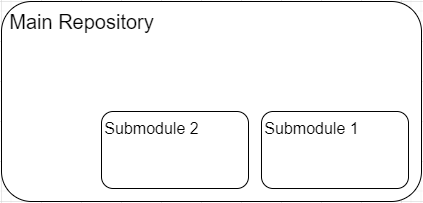
Before: Assets/images/submodules.png, a diagram exported from draw.io (braboj/tutorial-git). Source tidied: cells renumbered, new cells last; positions are measured from the earlier drawing's top-left corner, leaving out a move shared by most shapes.
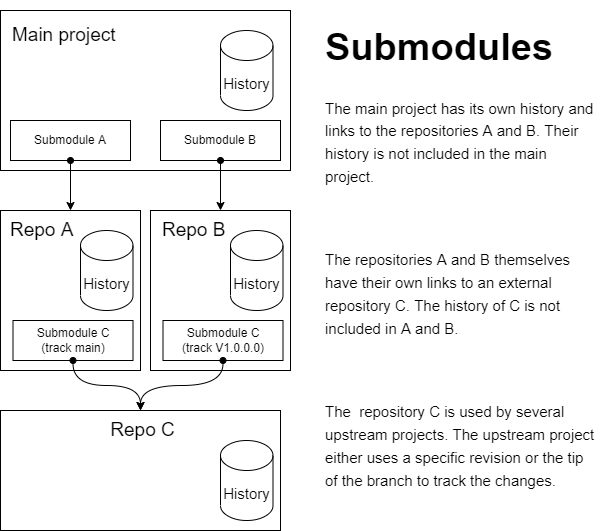
Later version of the same file.

Change to the diagram source:
```diff
@@ -2,23 +2,68 @@
   <root>
     <mxCell id="0" />
     <mxCell id="1" parent="0" />
-    <mxCell id="2" style="rounded=1;whiteSpace=wrap;html=1;" parent="1" vertex="1">
-      <mxGeometry width="420" height="200" as="geometry" />
+    <mxCell id="2" style="rounded=0;whiteSpace=wrap;html=1;" parent="1" vertex="1">
+      <mxGeometry x="-160" y="-40" width="290" height="160" as="geometry" />
     </mxCell>
-    <mxCell id="3" value="&lt;font style=&quot;font-size: 20px&quot;&gt;Main Repository&lt;/font&gt;" style="text;html=1;align=center;verticalAlign=middle;fillColor=none;strokeColor=none;rounded=0;" parent="1" vertex="1">
-      <mxGeometry y="10" width="160" height="20" as="geometry" />
-    </mxCell>
-    <mxCell id="4" style="rounded=1;whiteSpace=wrap;html=1;fontSize=20;" parent="1" vertex="1">
-      <mxGeometry x="260" y="110" width="147" height="77" as="geometry" />
-    </mxCell>
-    <mxCell id="5" value="&lt;font style=&quot;font-size: 16px&quot;&gt;Submodule 1&lt;/font&gt;" style="text;html=1;align=center;verticalAlign=middle;fillColor=none;strokeColor=none;rounded=0;fontSize=20;" parent="1" vertex="1">
-      <mxGeometry x="255" y="110" width="110" height="30" as="geometry" />
-    </mxCell>
+    <mxCell id="8" value="Submodule A" style="rounded=0;whiteSpace=wrap;html=1;" parent="1" vertex="1">
+      <mxGeometry x="-150" y="70" width="120" height="40" as="geometry" />
+    </mxCell>
-    <mxCell id="6" style="rounded=1;whiteSpace=wrap;html=1;fontSize=20;" parent="1" vertex="1">
-      <mxGeometry x="100" y="110" width="147" height="77" as="geometry" />
+    <mxCell id="6" style="rounded=0;whiteSpace=wrap;html=1;fontSize=20;" parent="1" vertex="1">
+      <mxGeometry x="-160" y="160" width="140" height="160" as="geometry" />
     </mxCell>
-    <mxCell id="7" value="&lt;font style=&quot;font-size: 16px&quot;&gt;Submodule 2&lt;/font&gt;" style="text;html=1;align=center;verticalAlign=middle;fillColor=none;strokeColor=none;rounded=0;fontSize=20;" parent="1" vertex="1">
-      <mxGeometry x="95" y="110" width="110" height="30" as="geometry" />
-    </mxCell>
+    <mxCell id="9" style="rounded=0;whiteSpace=wrap;html=1;fontSize=20;" parent="1" vertex="1">
+      <mxGeometry x="-10" y="160" width="140" height="160" as="geometry" />
+    </mxCell>
+    <mxCell id="10" style="rounded=0;whiteSpace=wrap;html=1;fontSize=20;" parent="1" vertex="1">
+      <mxGeometry x="-160" y="360" width="280" height="120" as="geometry" />
+    </mxCell>
+    <mxCell id="11" style="edgeStyle=orthogonalEdgeStyle;rounded=0;jettySize=auto;html=1;entryX=0.5;entryY=0;entryDx=0;entryDy=0;startArrow=oval;startFill=1;" parent="1" edge="1" source="8" target="6">
+      <mxGeometry relative="1" as="geometry" />
+    </mxCell>
+    <mxCell id="12" value="Submodule B" style="rounded=0;whiteSpace=wrap;html=1;" parent="1" vertex="1">
+      <mxGeometry y="70" width="120" height="40" as="geometry" />
+    </mxCell>
+    <mxCell id="13" value="Main project" style="text;html=1;strokeColor=none;fillColor=none;align=left;verticalAlign=middle;whiteSpace=wrap;rounded=0;fontSize=19;" parent="1" vertex="1">
+      <mxGeometry x="-150" y="-30" width="125" height="30" as="geometry" />
+    </mxCell>
+    <mxCell id="14" value="Repo A" style="text;html=1;strokeColor=none;fillColor=none;align=left;verticalAlign=middle;whiteSpace=wrap;rounded=0;fontSize=19;" parent="1" vertex="1">
+      <mxGeometry x="-152.5" y="165" width="72.5" height="30" as="geometry" />
+    </mxCell>
+    <mxCell id="15" value="Repo B" style="text;html=1;strokeColor=none;fillColor=none;align=left;verticalAlign=middle;whiteSpace=wrap;rounded=0;fontSize=19;" parent="1" vertex="1">
+      <mxGeometry y="165" width="70" height="30" as="geometry" />
+    </mxCell>
+    <mxCell id="16" value="Submodule C&lt;br&gt;(track main)" style="rounded=0;whiteSpace=wrap;html=1;" parent="1" vertex="1">
+      <mxGeometry x="-147.5" y="270" width="120" height="40" as="geometry" />
+    </mxCell>
+    <mxCell id="17" value="Submodule C&lt;br&gt;(track V1.0.0.0)" style="rounded=0;whiteSpace=wrap;html=1;" parent="1" vertex="1">
+      <mxGeometry x="2.5" y="270" width="120" height="40" as="geometry" />
+    </mxCell>
+    <mxCell id="18" style="edgeStyle=orthogonalEdgeStyle;rounded=0;jettySize=auto;html=1;entryX=0.5;entryY=0;entryDx=0;entryDy=0;startArrow=oval;startFill=1;" parent="1" edge="1" source="12" target="9">
+      <mxGeometry relative="1" as="geometry" />
+    </mxCell>
+    <mxCell id="19" value="Repo C" style="text;html=1;strokeColor=none;fillColor=none;align=center;verticalAlign=middle;whiteSpace=wrap;rounded=0;fontSize=19;" parent="1" vertex="1">
+      <mxGeometry x="-80" y="365" width="125" height="30" as="geometry" />
+    </mxCell>
+    <mxCell id="20" style="edgeStyle=orthogonalEdgeStyle;rounded=0;jettySize=auto;html=1;entryX=0.5;entryY=0;entryDx=0;entryDy=0;fontSize=19;startArrow=oval;startFill=1;curved=1;" parent="1" edge="1" source="17" target="10">
+      <mxGeometry relative="1" as="geometry" />
+    </mxCell>
+    <mxCell id="21" style="edgeStyle=orthogonalEdgeStyle;rounded=0;jettySize=auto;html=1;entryX=0.5;entryY=0;entryDx=0;entryDy=0;fontSize=19;startArrow=oval;startFill=1;curved=1;" parent="1" edge="1" source="16" target="10">
+      <mxGeometry relative="1" as="geometry" />
+    </mxCell>
+    <mxCell id="22" value="&lt;h1&gt;Submodules&lt;/h1&gt;&lt;p&gt;&lt;span style=&quot;font-size: 15px&quot;&gt;The main project has its own history and links to the repositories A and B. Their history is not included in the main project.&lt;/span&gt;&lt;/p&gt;&lt;p&gt;&lt;span style=&quot;font-size: 15px&quot;&gt;&lt;br&gt;&lt;/span&gt;&lt;/p&gt;&lt;p&gt;&lt;span style=&quot;font-size: 15px&quot;&gt;The repositories A and B themselves have their own links to an external repository C. The history of C is not included in A and B.&lt;/span&gt;&lt;/p&gt;&lt;p&gt;&lt;span style=&quot;font-size: 15px&quot;&gt;&lt;br&gt;&lt;/span&gt;&lt;/p&gt;&lt;p&gt;&lt;span style=&quot;font-size: 15px&quot;&gt;The&amp;nbsp; repository C is used by several upstream projects. The upstream project either uses a specific revision or the tip of the branch to track the changes.&lt;/span&gt;&lt;br&gt;&lt;/p&gt;" style="text;html=1;strokeColor=none;fillColor=none;spacing=5;spacingTop=-20;whiteSpace=wrap;overflow=hidden;rounded=0;fontSize=19;" parent="1" vertex="1">
+      <mxGeometry x="160" y="-40" width="280" height="520" as="geometry" />
+    </mxCell>
+    <mxCell id="23" value="History" style="shape=cylinder3;whiteSpace=wrap;html=1;boundedLbl=1;backgroundOutline=1;size=15;rounded=0;fontSize=15;" parent="1" vertex="1">
+      <mxGeometry x="70" y="180" width="52.5" height="80" as="geometry" />
+    </mxCell>
+    <mxCell id="24" value="History" style="shape=cylinder3;whiteSpace=wrap;html=1;boundedLbl=1;backgroundOutline=1;size=15;rounded=0;fontSize=15;" parent="1" vertex="1">
+      <mxGeometry x="-80" y="180" width="52.5" height="80" as="geometry" />
+    </mxCell>
+    <mxCell id="25" value="History" style="shape=cylinder3;whiteSpace=wrap;html=1;boundedLbl=1;backgroundOutline=1;size=15;rounded=0;fontSize=15;" parent="1" vertex="1">
+      <mxGeometry x="60" y="390" width="52.5" height="80" as="geometry" />
+    </mxCell>
+    <mxCell id="26" value="History" style="shape=cylinder3;whiteSpace=wrap;html=1;boundedLbl=1;backgroundOutline=1;size=15;rounded=0;fontSize=15;" parent="1" vertex="1">
+      <mxGeometry x="60" y="-20" width="52.5" height="80" as="geometry" />
+    </mxCell>
   </root>
 </mxGraphModel>
```
